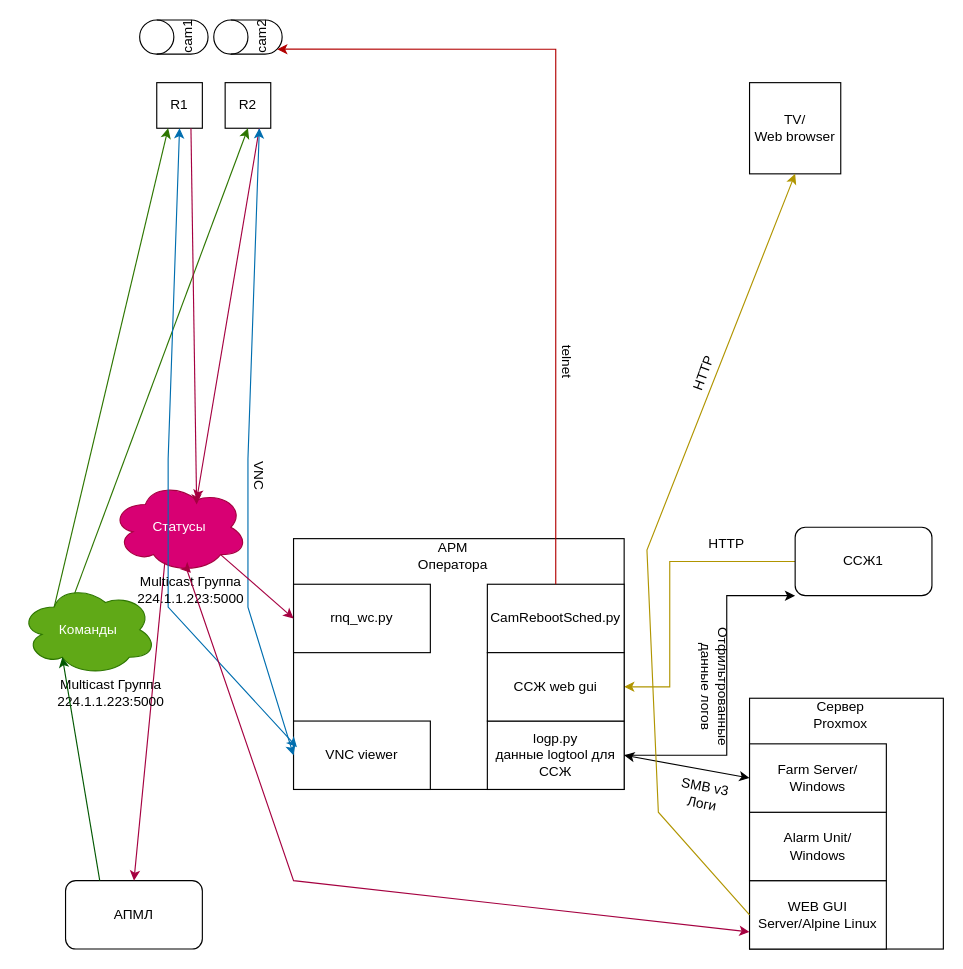
megavad/Diagrams keeps this draw.io diagram as Urozhay.drawio. Above is the earlier version. Source tidied: cells renumbered, new cells numbered last; positions are measured from the earlier drawing's top-left corner, leaving out a move shared by most shapes. Both pictures are drawn from the tidied source at 114%, with x=0, y=0 at pixel (19, 2).
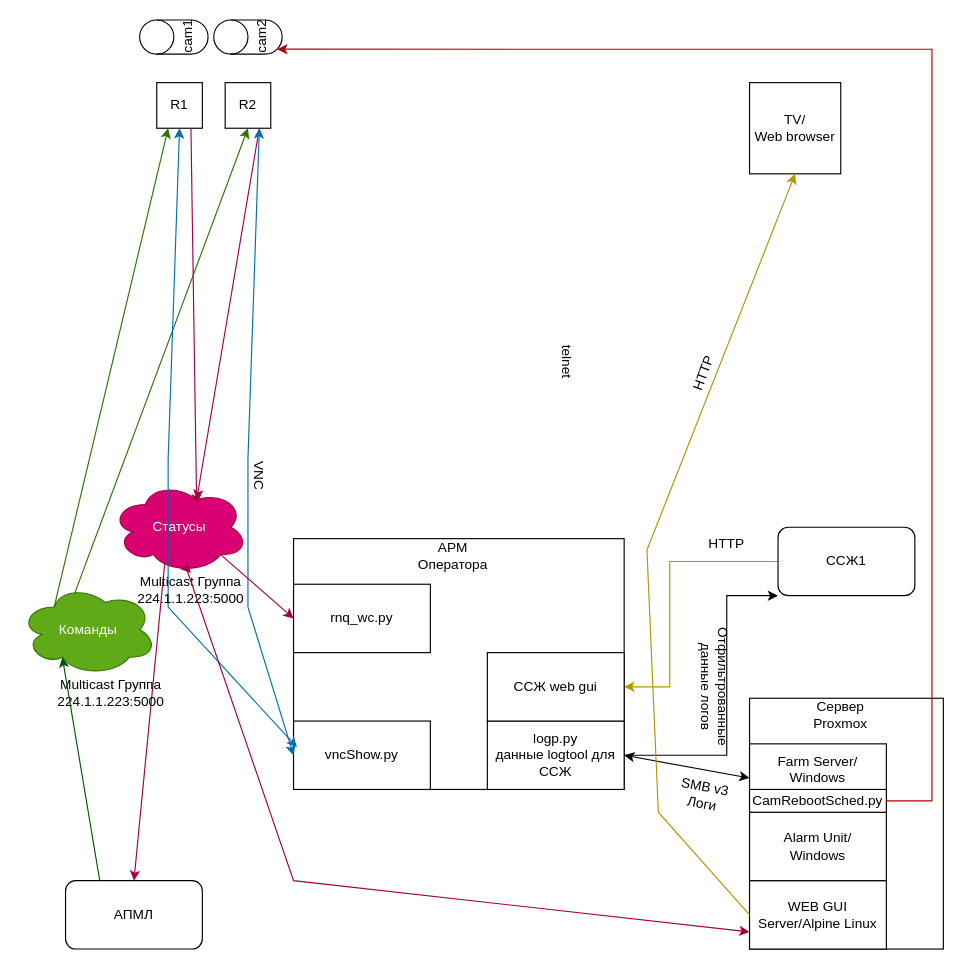
After the change.

Unchanged cells that the change refers to:
```xml
<mxCell id="35" value="cam2" style="shape=cylinder3;whiteSpace=wrap;html=1;boundedLbl=1;backgroundOutline=1;size=15;rotation=-90;" parent="1" vertex="1">
  <mxGeometry x="185" width="30" height="60" as="geometry" />
</mxCell>
```

Change to the diagram source:
```diff
@@
     <mxCell id="8" value="ССЖ1" style="rounded=1;whiteSpace=wrap;html=1;" parent="1" vertex="1">
-      <mxGeometry x="680" y="460" width="120" height="60" as="geometry" />
+      <mxGeometry x="665" y="460" width="120" height="60" as="geometry" />
     </mxCell>
@@
-    <mxCell id="16" value="Farm Server/&lt;div&gt;Windows&lt;/div&gt;" style="rounded=0;whiteSpace=wrap;html=1;" parent="1" vertex="1">
+    <mxCell id="16" value="Farm Server/&lt;div&gt;Windows&lt;/div&gt;&lt;div&gt;&lt;br&gt;&lt;/div&gt;" style="rounded=0;whiteSpace=wrap;html=1;" parent="1" vertex="1">
       <mxGeometry x="640" y="650" width="120" height="60" as="geometry" />
     </mxCell>
@@
     <mxCell id="21" value="CamRebootSched.py" style="rounded=0;whiteSpace=wrap;html=1;" parent="1" vertex="1">
-      <mxGeometry x="410" y="510" width="120" height="60" as="geometry" />
+      <mxGeometry x="640" y="690" width="120" height="20" as="geometry" />
     </mxCell>
@@
-    <mxCell id="26" value="VNC viewer" style="rounded=0;whiteSpace=wrap;html=1;" parent="1" vertex="1">
+    <mxCell id="26" value="vncShow.py" style="rounded=0;whiteSpace=wrap;html=1;" parent="1" vertex="1">
       <mxGeometry x="240" y="630" width="120" height="60" as="geometry" />
     </mxCell>
@@
-    <mxCell id="41" style="edgeStyle=orthogonalEdgeStyle;rounded=0;jettySize=auto;html=1;exitX=0.5;exitY=0;exitDx=0;exitDy=0;entryX=0.145;entryY=1;entryDx=0;entryDy=-4.35;entryPerimeter=0;fillColor=#e51400;strokeColor=#B20000;" parent="1" edge="1" source="21" target="35">
+    <mxCell id="41" style="edgeStyle=orthogonalEdgeStyle;rounded=0;jettySize=auto;html=1;exitX=1;exitY=0.5;exitDx=0;exitDy=0;entryX=0.145;entryY=1;entryDx=0;entryDy=-4.35;entryPerimeter=0;fillColor=#e51400;strokeColor=#B20000;" parent="1" edge="1" source="21" target="35">
       <mxGeometry relative="1" as="geometry">
         <Array as="points">
-          <mxPoint x="470" y="41" />
+          <mxPoint x="800" y="700" />
+          <mxPoint x="800" y="41" />
         </Array>
       </mxGeometry>
     </mxCell>
```
